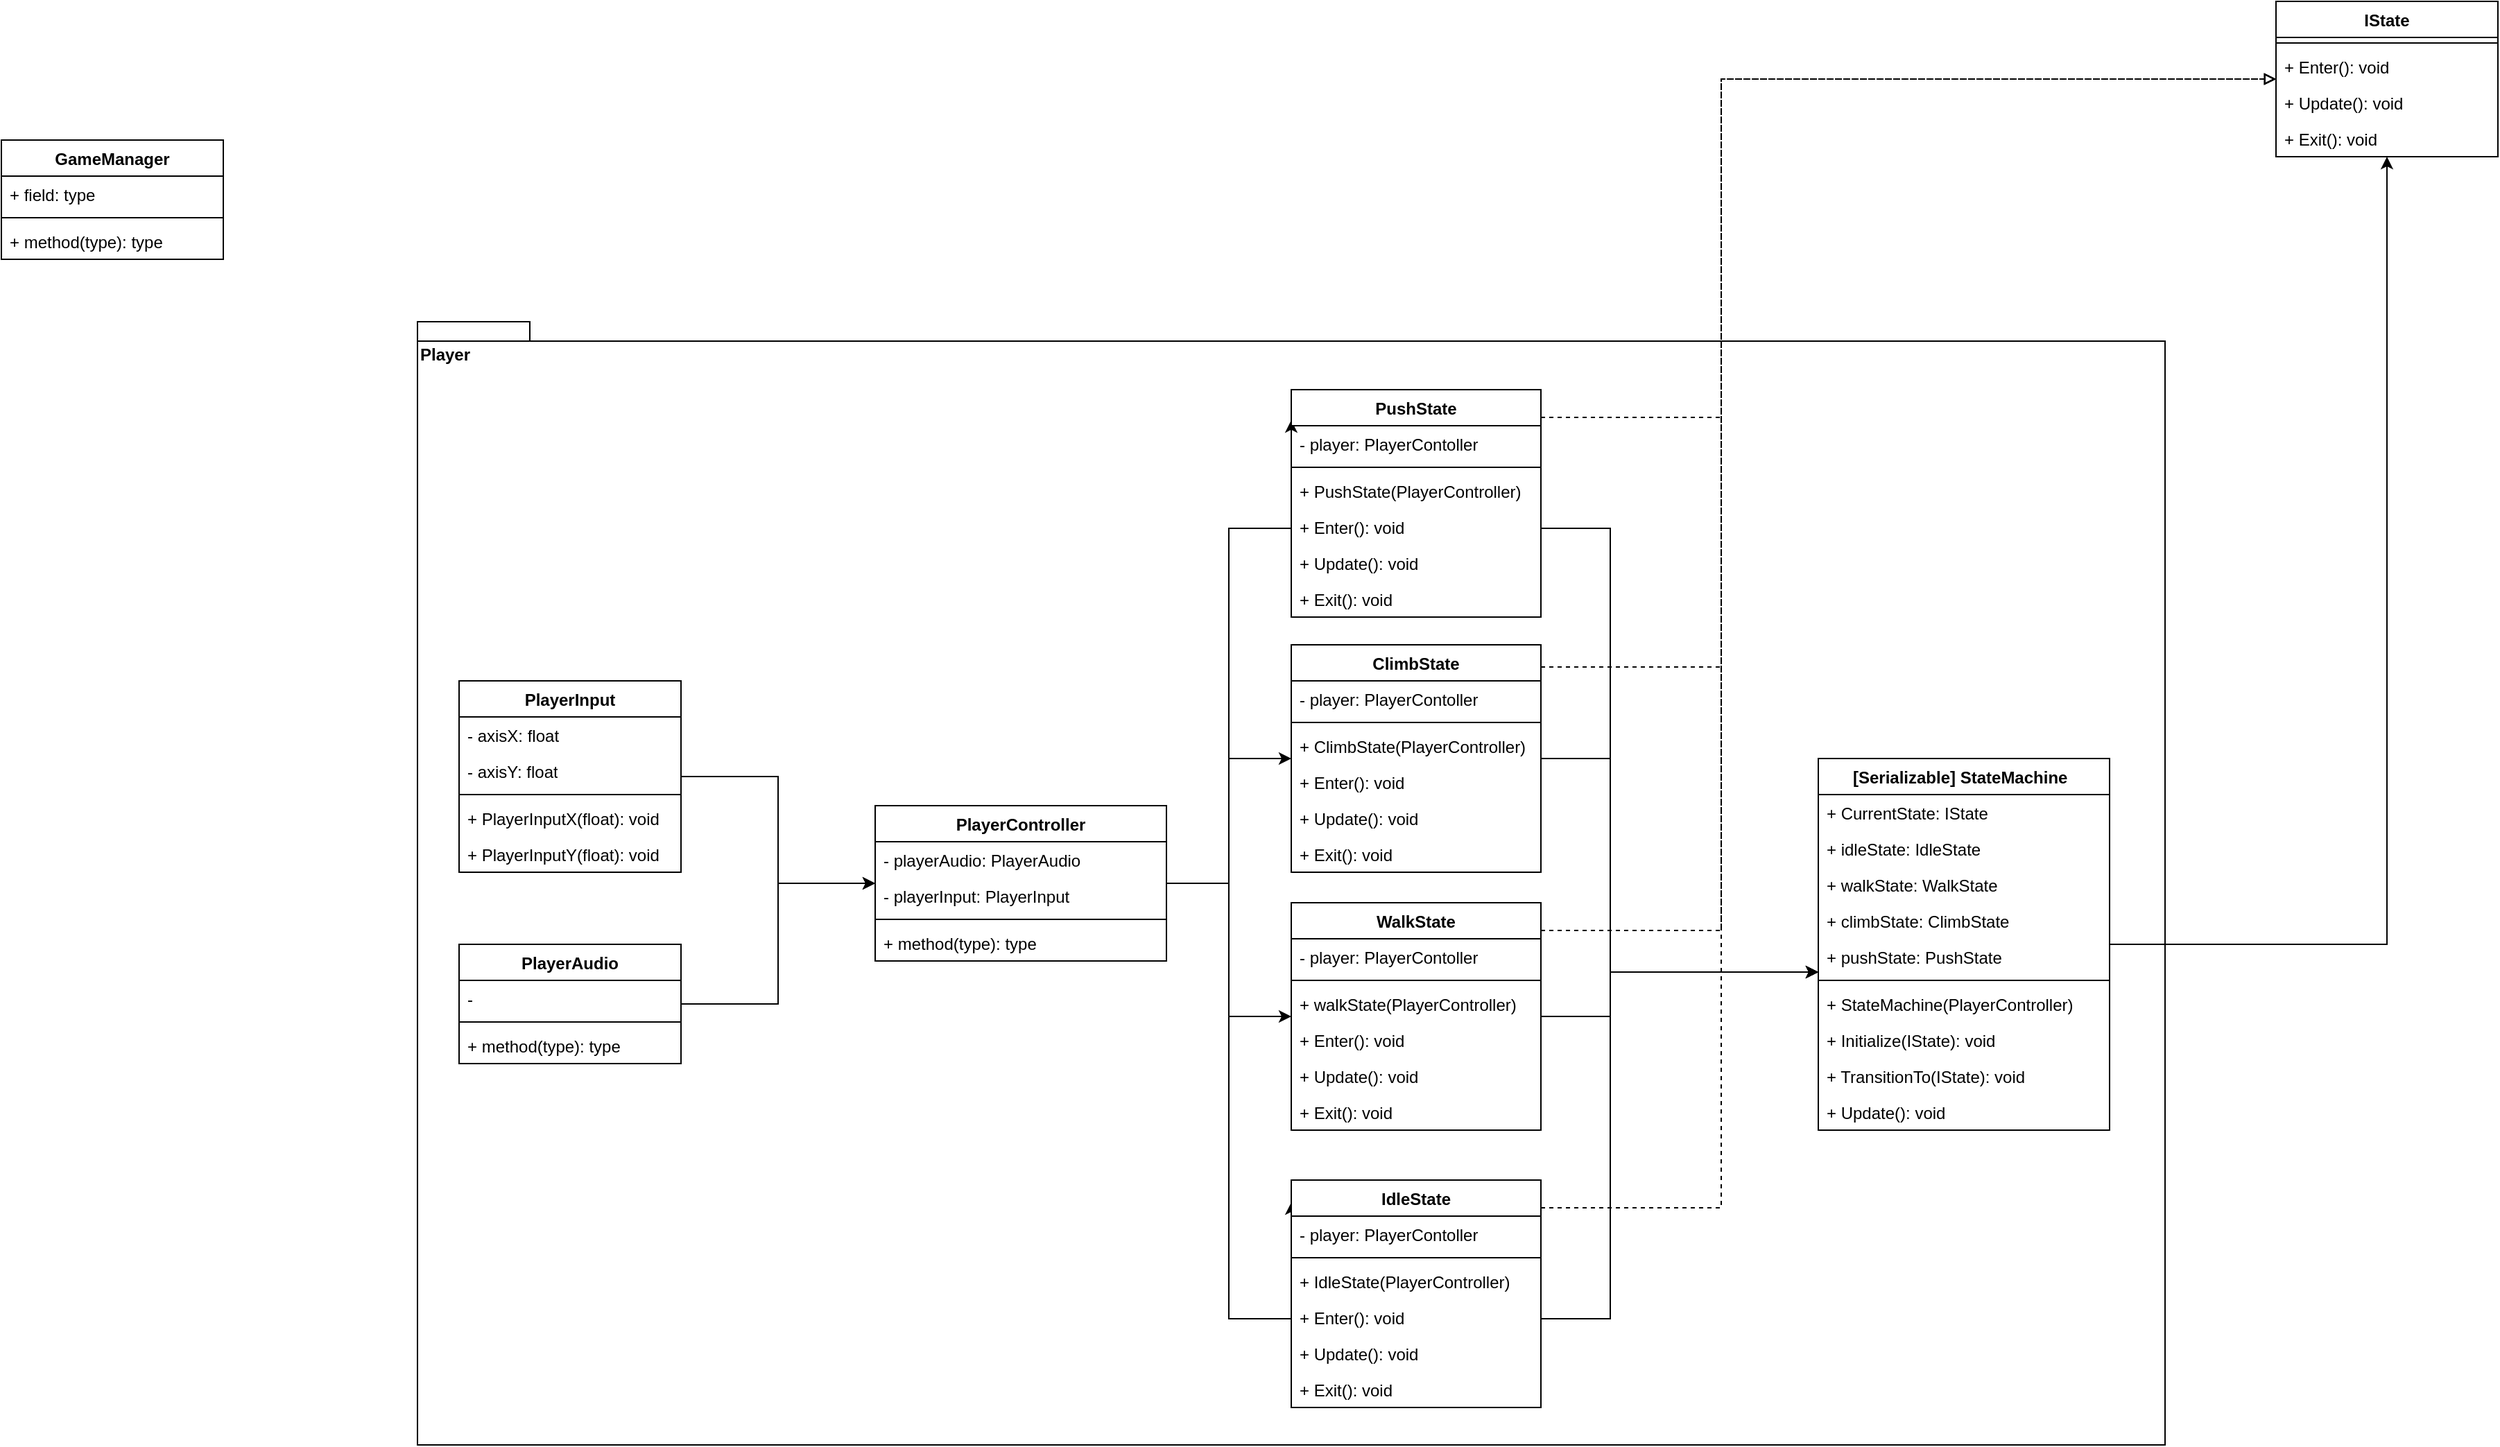
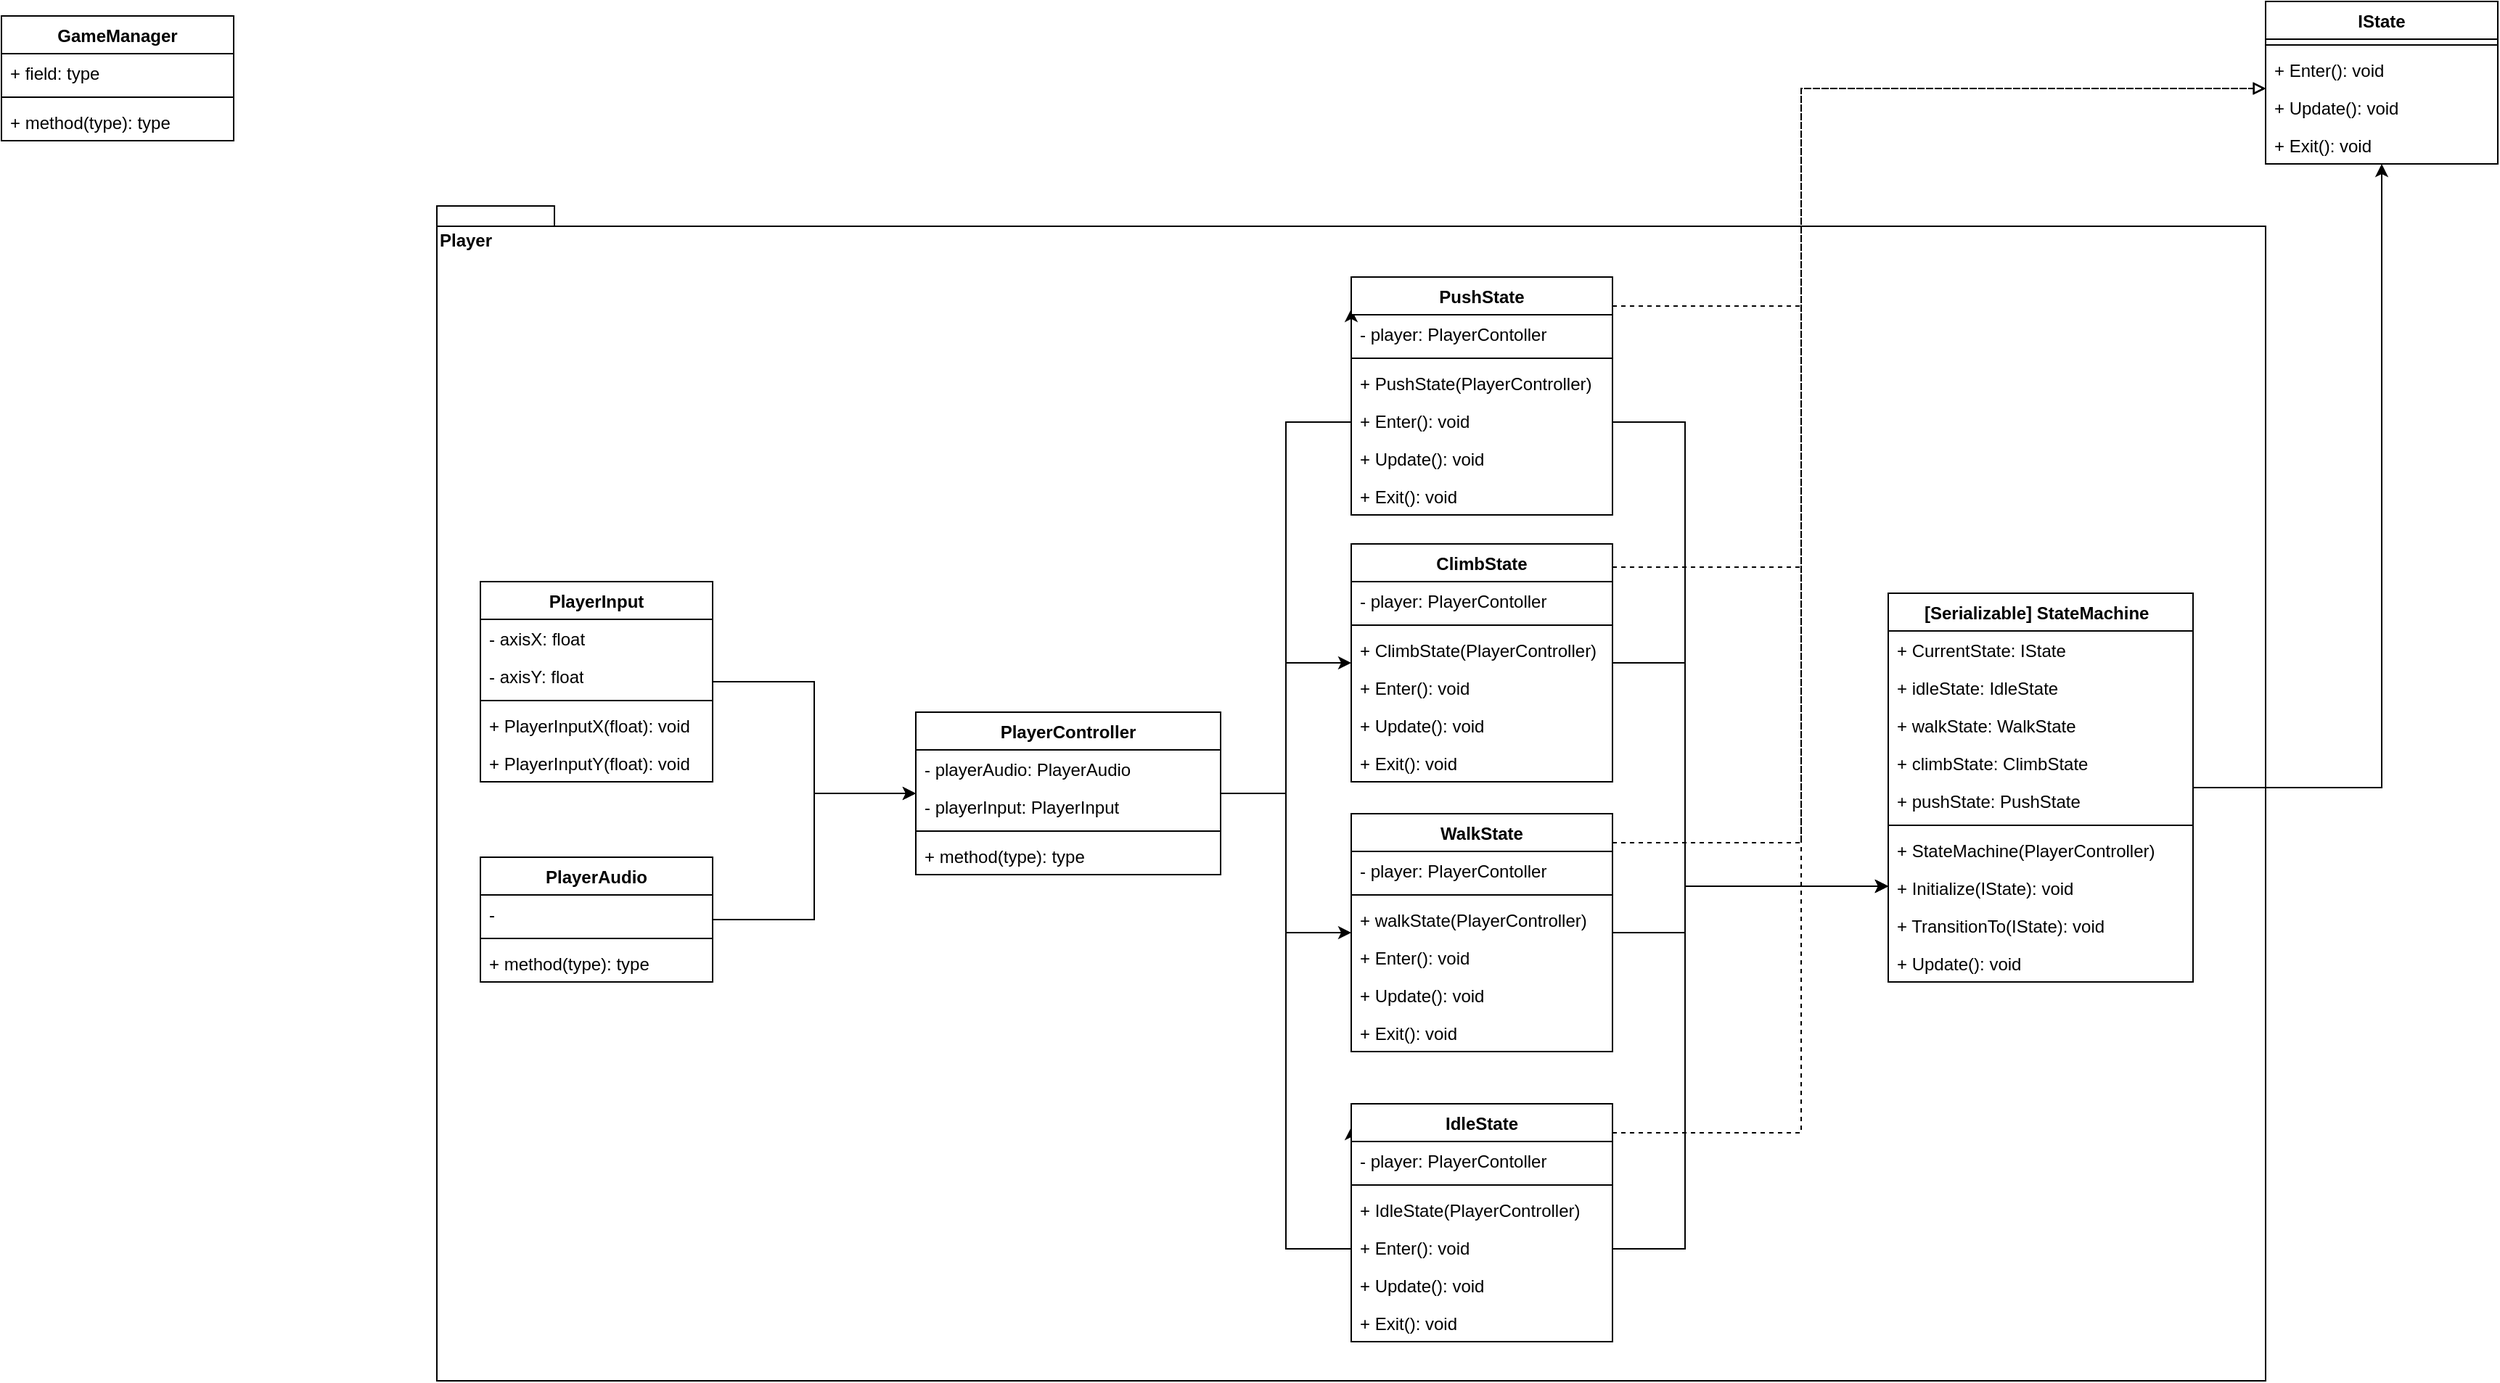
<mxfile host="app.diagrams.net" agent="Mozilla/5.0 (Windows NT 10.0; Win64; x64) AppleWebKit/537.36 (KHTML, like Gecko) Chrome/145.0.0.0 Safari/537.36" version="29.6.3">
  <diagram name="ページ-1" id="8KCFoVMX2dtQ3ng9Srak">
    <mxGraphModel dx="4146" dy="1503" grid="1" gridSize="10" guides="1" tooltips="1" connect="1" arrows="1" fold="1" page="0" pageScale="1" pageWidth="850" pageHeight="1100" background="none" math="0" shadow="0">
      <root>
        <mxCell id="0" />
        <mxCell id="1" parent="0" />
        <mxCell id="F6Udg1_LDsnUmy90ZGhI-12" parent="1" style="shape=folder;fontStyle=1;spacingTop=10;tabWidth=40;tabHeight=14;tabPosition=left;html=1;whiteSpace=wrap;align=left;verticalAlign=top;" value="Player" vertex="1">
          <mxGeometry height="810" width="1260" x="-690" y="-109" as="geometry" />
        </mxCell>
        <mxCell id="L5NkyoWU7cnRC-8idZzs-9" parent="1" style="swimlane;fontStyle=1;align=center;verticalAlign=top;childLayout=stackLayout;horizontal=1;startSize=26;horizontalStack=0;resizeParent=1;resizeParentMax=0;resizeLast=0;collapsible=1;marginBottom=0;whiteSpace=wrap;html=1;" value="GameManager" vertex="1">
          <mxGeometry height="86" width="160" x="-990" y="-240" as="geometry" />
        </mxCell>
        <mxCell id="L5NkyoWU7cnRC-8idZzs-10" parent="L5NkyoWU7cnRC-8idZzs-9" style="text;strokeColor=none;fillColor=none;align=left;verticalAlign=top;spacingLeft=4;spacingRight=4;overflow=hidden;rotatable=0;points=[[0,0.5],[1,0.5]];portConstraint=eastwest;whiteSpace=wrap;html=1;" value="+ field: type" vertex="1">
          <mxGeometry height="26" width="160" y="26" as="geometry" />
        </mxCell>
        <mxCell id="L5NkyoWU7cnRC-8idZzs-11" parent="L5NkyoWU7cnRC-8idZzs-9" style="line;strokeWidth=1;fillColor=none;align=left;verticalAlign=middle;spacingTop=-1;spacingLeft=3;spacingRight=3;rotatable=0;labelPosition=right;points=[];portConstraint=eastwest;strokeColor=inherit;" value="" vertex="1">
          <mxGeometry height="8" width="160" y="52" as="geometry" />
        </mxCell>
        <mxCell id="L5NkyoWU7cnRC-8idZzs-12" parent="L5NkyoWU7cnRC-8idZzs-9" style="text;strokeColor=none;fillColor=none;align=left;verticalAlign=top;spacingLeft=4;spacingRight=4;overflow=hidden;rotatable=0;points=[[0,0.5],[1,0.5]];portConstraint=eastwest;whiteSpace=wrap;html=1;" value="+ method(type): type" vertex="1">
          <mxGeometry height="26" width="160" y="60" as="geometry" />
        </mxCell>
        <mxCell id="cJyFu2CfWWR6ttzxGQYN-23" edge="1" parent="1" source="L5NkyoWU7cnRC-8idZzs-13" style="edgeStyle=orthogonalEdgeStyle;rounded=0;orthogonalLoop=1;jettySize=auto;html=1;entryX=0;entryY=0.098;entryDx=0;entryDy=0;entryPerimeter=0;" target="L5NkyoWU7cnRC-8idZzs-25">
          <mxGeometry relative="1" as="geometry">
            <Array as="points">
              <mxPoint x="-105" y="296" />
              <mxPoint x="-105" y="610" />
              <mxPoint x="-60" y="610" />
            </Array>
          </mxGeometry>
        </mxCell>
        <mxCell id="98nA65LA6JHXpVdgSX9z-47" edge="1" parent="1" source="L5NkyoWU7cnRC-8idZzs-13" style="edgeStyle=orthogonalEdgeStyle;rounded=0;orthogonalLoop=1;jettySize=auto;html=1;" target="98nA65LA6JHXpVdgSX9z-7">
          <mxGeometry relative="1" as="geometry" />
        </mxCell>
        <mxCell id="98nA65LA6JHXpVdgSX9z-49" edge="1" parent="1" source="L5NkyoWU7cnRC-8idZzs-13" style="edgeStyle=orthogonalEdgeStyle;rounded=0;orthogonalLoop=1;jettySize=auto;html=1;entryX=0;entryY=0.134;entryDx=0;entryDy=0;entryPerimeter=0;" target="98nA65LA6JHXpVdgSX9z-23">
          <mxGeometry relative="1" as="geometry">
            <Array as="points">
              <mxPoint x="-105" y="296" />
              <mxPoint x="-105" y="40" />
              <mxPoint x="-60" y="40" />
            </Array>
          </mxGeometry>
        </mxCell>
        <mxCell id="L5NkyoWU7cnRC-8idZzs-13" parent="1" style="swimlane;fontStyle=1;align=center;verticalAlign=top;childLayout=stackLayout;horizontal=1;startSize=26;horizontalStack=0;resizeParent=1;resizeParentMax=0;resizeLast=0;collapsible=1;marginBottom=0;whiteSpace=wrap;html=1;" value="PlayerController" vertex="1">
          <mxGeometry height="112" width="210" x="-360" y="240" as="geometry" />
        </mxCell>
        <mxCell id="xKRVpc-qtdXalkFRgjZN-2" parent="L5NkyoWU7cnRC-8idZzs-13" style="text;strokeColor=none;fillColor=none;align=left;verticalAlign=top;spacingLeft=4;spacingRight=4;overflow=hidden;rotatable=0;points=[[0,0.5],[1,0.5]];portConstraint=eastwest;whiteSpace=wrap;html=1;" value="- playerAudio: PlayerAudio" vertex="1">
          <mxGeometry height="26" width="210" y="26" as="geometry" />
        </mxCell>
        <mxCell id="xKRVpc-qtdXalkFRgjZN-3" parent="L5NkyoWU7cnRC-8idZzs-13" style="text;strokeColor=none;fillColor=none;align=left;verticalAlign=top;spacingLeft=4;spacingRight=4;overflow=hidden;rotatable=0;points=[[0,0.5],[1,0.5]];portConstraint=eastwest;whiteSpace=wrap;html=1;" value="- playerInput: PlayerInput" vertex="1">
          <mxGeometry height="26" width="210" y="52" as="geometry" />
        </mxCell>
        <mxCell id="L5NkyoWU7cnRC-8idZzs-15" parent="L5NkyoWU7cnRC-8idZzs-13" style="line;strokeWidth=1;fillColor=none;align=left;verticalAlign=middle;spacingTop=-1;spacingLeft=3;spacingRight=3;rotatable=0;labelPosition=right;points=[];portConstraint=eastwest;strokeColor=inherit;" value="" vertex="1">
          <mxGeometry height="8" width="210" y="78" as="geometry" />
        </mxCell>
        <mxCell id="L5NkyoWU7cnRC-8idZzs-16" parent="L5NkyoWU7cnRC-8idZzs-13" style="text;strokeColor=none;fillColor=none;align=left;verticalAlign=top;spacingLeft=4;spacingRight=4;overflow=hidden;rotatable=0;points=[[0,0.5],[1,0.5]];portConstraint=eastwest;whiteSpace=wrap;html=1;" value="+ method(type): type" vertex="1">
          <mxGeometry height="26" width="210" y="86" as="geometry" />
        </mxCell>
        <mxCell id="98nA65LA6JHXpVdgSX9z-41" edge="1" parent="1" source="L5NkyoWU7cnRC-8idZzs-17" style="edgeStyle=orthogonalEdgeStyle;rounded=0;orthogonalLoop=1;jettySize=auto;html=1;" target="L5NkyoWU7cnRC-8idZzs-13">
          <mxGeometry relative="1" as="geometry" />
        </mxCell>
        <mxCell id="L5NkyoWU7cnRC-8idZzs-17" parent="1" style="swimlane;fontStyle=1;align=center;verticalAlign=top;childLayout=stackLayout;horizontal=1;startSize=26;horizontalStack=0;resizeParent=1;resizeParentMax=0;resizeLast=0;collapsible=1;marginBottom=0;whiteSpace=wrap;html=1;" value="PlayerAudio" vertex="1">
          <mxGeometry height="86" width="160" x="-660" y="340" as="geometry" />
        </mxCell>
        <mxCell id="L5NkyoWU7cnRC-8idZzs-18" parent="L5NkyoWU7cnRC-8idZzs-17" style="text;strokeColor=none;fillColor=none;align=left;verticalAlign=top;spacingLeft=4;spacingRight=4;overflow=hidden;rotatable=0;points=[[0,0.5],[1,0.5]];portConstraint=eastwest;whiteSpace=wrap;html=1;" value="-" vertex="1">
          <mxGeometry height="26" width="160" y="26" as="geometry" />
        </mxCell>
        <mxCell id="L5NkyoWU7cnRC-8idZzs-19" parent="L5NkyoWU7cnRC-8idZzs-17" style="line;strokeWidth=1;fillColor=none;align=left;verticalAlign=middle;spacingTop=-1;spacingLeft=3;spacingRight=3;rotatable=0;labelPosition=right;points=[];portConstraint=eastwest;strokeColor=inherit;" value="" vertex="1">
          <mxGeometry height="8" width="160" y="52" as="geometry" />
        </mxCell>
        <mxCell id="L5NkyoWU7cnRC-8idZzs-20" parent="L5NkyoWU7cnRC-8idZzs-17" style="text;strokeColor=none;fillColor=none;align=left;verticalAlign=top;spacingLeft=4;spacingRight=4;overflow=hidden;rotatable=0;points=[[0,0.5],[1,0.5]];portConstraint=eastwest;whiteSpace=wrap;html=1;" value="+ method(type): type" vertex="1">
          <mxGeometry height="26" width="160" y="60" as="geometry" />
        </mxCell>
        <mxCell id="98nA65LA6JHXpVdgSX9z-42" edge="1" parent="1" source="L5NkyoWU7cnRC-8idZzs-21" style="edgeStyle=orthogonalEdgeStyle;rounded=0;orthogonalLoop=1;jettySize=auto;html=1;" target="L5NkyoWU7cnRC-8idZzs-13">
          <mxGeometry relative="1" as="geometry" />
        </mxCell>
        <mxCell id="L5NkyoWU7cnRC-8idZzs-21" parent="1" style="swimlane;fontStyle=1;align=center;verticalAlign=top;childLayout=stackLayout;horizontal=1;startSize=26;horizontalStack=0;resizeParent=1;resizeParentMax=0;resizeLast=0;collapsible=1;marginBottom=0;whiteSpace=wrap;html=1;" value="PlayerInput" vertex="1">
          <mxGeometry height="138" width="160" x="-660" y="150" as="geometry" />
        </mxCell>
        <mxCell id="L5NkyoWU7cnRC-8idZzs-22" parent="L5NkyoWU7cnRC-8idZzs-21" style="text;strokeColor=none;fillColor=none;align=left;verticalAlign=top;spacingLeft=4;spacingRight=4;overflow=hidden;rotatable=0;points=[[0,0.5],[1,0.5]];portConstraint=eastwest;whiteSpace=wrap;html=1;" value="- axisX: float" vertex="1">
          <mxGeometry height="26" width="160" y="26" as="geometry" />
        </mxCell>
        <mxCell id="pt3lwnELBwHd_nTeb_py-6" parent="L5NkyoWU7cnRC-8idZzs-21" style="text;strokeColor=none;fillColor=none;align=left;verticalAlign=top;spacingLeft=4;spacingRight=4;overflow=hidden;rotatable=0;points=[[0,0.5],[1,0.5]];portConstraint=eastwest;whiteSpace=wrap;html=1;" value="- axisY: float" vertex="1">
          <mxGeometry height="26" width="160" y="52" as="geometry" />
        </mxCell>
        <mxCell id="L5NkyoWU7cnRC-8idZzs-23" parent="L5NkyoWU7cnRC-8idZzs-21" style="line;strokeWidth=1;fillColor=none;align=left;verticalAlign=middle;spacingTop=-1;spacingLeft=3;spacingRight=3;rotatable=0;labelPosition=right;points=[];portConstraint=eastwest;strokeColor=inherit;" value="" vertex="1">
          <mxGeometry height="8" width="160" y="78" as="geometry" />
        </mxCell>
        <mxCell id="L5NkyoWU7cnRC-8idZzs-24" parent="L5NkyoWU7cnRC-8idZzs-21" style="text;strokeColor=none;fillColor=none;align=left;verticalAlign=top;spacingLeft=4;spacingRight=4;overflow=hidden;rotatable=0;points=[[0,0.5],[1,0.5]];portConstraint=eastwest;whiteSpace=wrap;html=1;" value="+ PlayerInputX(float): void" vertex="1">
          <mxGeometry height="26" width="160" y="86" as="geometry" />
        </mxCell>
        <mxCell id="pt3lwnELBwHd_nTeb_py-7" parent="L5NkyoWU7cnRC-8idZzs-21" style="text;strokeColor=none;fillColor=none;align=left;verticalAlign=top;spacingLeft=4;spacingRight=4;overflow=hidden;rotatable=0;points=[[0,0.5],[1,0.5]];portConstraint=eastwest;whiteSpace=wrap;html=1;" value="+ PlayerInputY(float): void" vertex="1">
          <mxGeometry height="26" width="160" y="112" as="geometry" />
        </mxCell>
        <mxCell id="98nA65LA6JHXpVdgSX9z-3" edge="1" parent="1" source="L5NkyoWU7cnRC-8idZzs-25" style="edgeStyle=orthogonalEdgeStyle;rounded=0;orthogonalLoop=1;jettySize=auto;html=1;endArrow=block;endFill=0;dashed=1;" target="cJyFu2CfWWR6ttzxGQYN-1">
          <mxGeometry relative="1" as="geometry">
            <Array as="points">
              <mxPoint x="250" y="530" />
-               <mxPoint x="250" y="-284" />
+               <mxPoint x="250" y="-190" />
            </Array>
            <mxPoint x="440" y="40" as="sourcePoint" />
          </mxGeometry>
        </mxCell>
        <mxCell id="F6Udg1_LDsnUmy90ZGhI-11" edge="1" parent="1" source="L5NkyoWU7cnRC-8idZzs-25" style="edgeStyle=orthogonalEdgeStyle;rounded=0;orthogonalLoop=1;jettySize=auto;html=1;" target="cJyFu2CfWWR6ttzxGQYN-8">
          <mxGeometry relative="1" as="geometry">
            <Array as="points">
              <mxPoint x="170" y="610" />
              <mxPoint x="170" y="360" />
            </Array>
          </mxGeometry>
        </mxCell>
        <mxCell id="L5NkyoWU7cnRC-8idZzs-25" parent="1" style="swimlane;fontStyle=1;align=center;verticalAlign=top;childLayout=stackLayout;horizontal=1;startSize=26;horizontalStack=0;resizeParent=1;resizeParentMax=0;resizeLast=0;collapsible=1;marginBottom=0;whiteSpace=wrap;html=1;" value="IdleState" vertex="1">
          <mxGeometry height="164" width="180" x="-60" y="510" as="geometry">
            <mxRectangle height="30" width="90" x="412.5" y="163" as="alternateBounds" />
          </mxGeometry>
        </mxCell>
        <mxCell id="L5NkyoWU7cnRC-8idZzs-26" parent="L5NkyoWU7cnRC-8idZzs-25" style="text;strokeColor=none;fillColor=none;align=left;verticalAlign=top;spacingLeft=4;spacingRight=4;overflow=hidden;rotatable=0;points=[[0,0.5],[1,0.5]];portConstraint=eastwest;whiteSpace=wrap;html=1;" value="- player: PlayerContoller" vertex="1">
          <mxGeometry height="26" width="180" y="26" as="geometry" />
        </mxCell>
        <mxCell id="L5NkyoWU7cnRC-8idZzs-27" parent="L5NkyoWU7cnRC-8idZzs-25" style="line;strokeWidth=1;fillColor=none;align=left;verticalAlign=middle;spacingTop=-1;spacingLeft=3;spacingRight=3;rotatable=0;labelPosition=right;points=[];portConstraint=eastwest;strokeColor=inherit;" value="" vertex="1">
          <mxGeometry height="8" width="180" y="52" as="geometry" />
        </mxCell>
        <mxCell id="L5NkyoWU7cnRC-8idZzs-28" parent="L5NkyoWU7cnRC-8idZzs-25" style="text;strokeColor=none;fillColor=none;align=left;verticalAlign=top;spacingLeft=4;spacingRight=4;overflow=hidden;rotatable=0;points=[[0,0.5],[1,0.5]];portConstraint=eastwest;whiteSpace=wrap;html=1;" value="+ IdleState(PlayerController)" vertex="1">
          <mxGeometry height="26" width="180" y="60" as="geometry" />
        </mxCell>
        <mxCell id="98nA65LA6JHXpVdgSX9z-4" parent="L5NkyoWU7cnRC-8idZzs-25" style="text;strokeColor=none;fillColor=none;align=left;verticalAlign=top;spacingLeft=4;spacingRight=4;overflow=hidden;rotatable=0;points=[[0,0.5],[1,0.5]];portConstraint=eastwest;whiteSpace=wrap;html=1;" value="+ Enter(): void" vertex="1">
          <mxGeometry height="26" width="180" y="86" as="geometry" />
        </mxCell>
        <mxCell id="98nA65LA6JHXpVdgSX9z-5" parent="L5NkyoWU7cnRC-8idZzs-25" style="text;strokeColor=none;fillColor=none;align=left;verticalAlign=top;spacingLeft=4;spacingRight=4;overflow=hidden;rotatable=0;points=[[0,0.5],[1,0.5]];portConstraint=eastwest;whiteSpace=wrap;html=1;" value="+ Update(): void" vertex="1">
          <mxGeometry height="26" width="180" y="112" as="geometry" />
        </mxCell>
        <mxCell id="98nA65LA6JHXpVdgSX9z-6" parent="L5NkyoWU7cnRC-8idZzs-25" style="text;strokeColor=none;fillColor=none;align=left;verticalAlign=top;spacingLeft=4;spacingRight=4;overflow=hidden;rotatable=0;points=[[0,0.5],[1,0.5]];portConstraint=eastwest;whiteSpace=wrap;html=1;" value="+ Exit(): void" vertex="1">
          <mxGeometry height="26" width="180" y="138" as="geometry" />
        </mxCell>
        <mxCell id="cJyFu2CfWWR6ttzxGQYN-1" parent="1" style="swimlane;fontStyle=1;align=center;verticalAlign=top;childLayout=stackLayout;horizontal=1;startSize=26;horizontalStack=0;resizeParent=1;resizeParentMax=0;resizeLast=0;collapsible=1;marginBottom=0;whiteSpace=wrap;html=1;" value="IState" vertex="1">
-           <mxGeometry height="112" width="160" x="650" y="-340" as="geometry" />
+           <mxGeometry height="112" width="160" x="570" y="-250" as="geometry" />
        </mxCell>
        <mxCell id="cJyFu2CfWWR6ttzxGQYN-3" parent="cJyFu2CfWWR6ttzxGQYN-1" style="line;strokeWidth=1;fillColor=none;align=left;verticalAlign=middle;spacingTop=-1;spacingLeft=3;spacingRight=3;rotatable=0;labelPosition=right;points=[];portConstraint=eastwest;strokeColor=inherit;" value="" vertex="1">
          <mxGeometry height="8" width="160" y="26" as="geometry" />
        </mxCell>
        <mxCell id="cJyFu2CfWWR6ttzxGQYN-4" parent="cJyFu2CfWWR6ttzxGQYN-1" style="text;strokeColor=none;fillColor=none;align=left;verticalAlign=top;spacingLeft=4;spacingRight=4;overflow=hidden;rotatable=0;points=[[0,0.5],[1,0.5]];portConstraint=eastwest;whiteSpace=wrap;html=1;" value="+ Enter(): void" vertex="1">
          <mxGeometry height="26" width="160" y="34" as="geometry" />
        </mxCell>
        <mxCell id="cJyFu2CfWWR6ttzxGQYN-6" parent="cJyFu2CfWWR6ttzxGQYN-1" style="text;strokeColor=none;fillColor=none;align=left;verticalAlign=top;spacingLeft=4;spacingRight=4;overflow=hidden;rotatable=0;points=[[0,0.5],[1,0.5]];portConstraint=eastwest;whiteSpace=wrap;html=1;" value="+ Update(): void" vertex="1">
          <mxGeometry height="26" width="160" y="60" as="geometry" />
        </mxCell>
        <mxCell id="cJyFu2CfWWR6ttzxGQYN-7" parent="cJyFu2CfWWR6ttzxGQYN-1" style="text;strokeColor=none;fillColor=none;align=left;verticalAlign=top;spacingLeft=4;spacingRight=4;overflow=hidden;rotatable=0;points=[[0,0.5],[1,0.5]];portConstraint=eastwest;whiteSpace=wrap;html=1;" value="+ Exit(): void" vertex="1">
          <mxGeometry height="26" width="160" y="86" as="geometry" />
        </mxCell>
        <mxCell id="JOg9IKQ6BICUw6YtWxmY-4" edge="1" parent="1" source="cJyFu2CfWWR6ttzxGQYN-8" style="edgeStyle=orthogonalEdgeStyle;rounded=0;orthogonalLoop=1;jettySize=auto;html=1;" target="cJyFu2CfWWR6ttzxGQYN-1">
-           <mxGeometry relative="1" as="geometry" />
+           <mxGeometry relative="1" as="geometry">
+             <mxPoint x="450" y="430" as="sourcePoint" />
+           </mxGeometry>
        </mxCell>
        <mxCell id="cJyFu2CfWWR6ttzxGQYN-8" parent="1" style="swimlane;fontStyle=1;align=center;verticalAlign=top;childLayout=stackLayout;horizontal=1;startSize=26;horizontalStack=0;resizeParent=1;resizeParentMax=0;resizeLast=0;collapsible=1;marginBottom=0;whiteSpace=wrap;html=1;" value="[Serializable] StateMachine&lt;span style=&quot;white-space: pre;&quot;&gt;&#x9;&lt;/span&gt;" vertex="1">
-           <mxGeometry height="268" width="210" x="320" y="206" as="geometry" />
+           <mxGeometry height="268" width="210" x="310" y="158" as="geometry" />
        </mxCell>
        <mxCell id="cJyFu2CfWWR6ttzxGQYN-9" parent="cJyFu2CfWWR6ttzxGQYN-8" style="text;strokeColor=none;fillColor=none;align=left;verticalAlign=top;spacingLeft=4;spacingRight=4;overflow=hidden;rotatable=0;points=[[0,0.5],[1,0.5]];portConstraint=eastwest;whiteSpace=wrap;html=1;" value="+&amp;nbsp;CurrentState: IState" vertex="1">
          <mxGeometry height="26" width="210" y="26" as="geometry" />
        </mxCell>
        <mxCell id="98nA65LA6JHXpVdgSX9z-2" parent="cJyFu2CfWWR6ttzxGQYN-8" style="text;strokeColor=none;fillColor=none;align=left;verticalAlign=top;spacingLeft=4;spacingRight=4;overflow=hidden;rotatable=0;points=[[0,0.5],[1,0.5]];portConstraint=eastwest;whiteSpace=wrap;html=1;" value="+ idleState: IdleState" vertex="1">
          <mxGeometry height="26" width="210" y="52" as="geometry" />
        </mxCell>
        <mxCell id="cJyFu2CfWWR6ttzxGQYN-10" parent="cJyFu2CfWWR6ttzxGQYN-8" style="text;strokeColor=none;fillColor=none;align=left;verticalAlign=top;spacingLeft=4;spacingRight=4;overflow=hidden;rotatable=0;points=[[0,0.5],[1,0.5]];portConstraint=eastwest;whiteSpace=wrap;html=1;" value="+ walkState: WalkState" vertex="1">
          <mxGeometry height="26" width="210" y="78" as="geometry" />
        </mxCell>
        <mxCell id="98nA65LA6JHXpVdgSX9z-22" parent="cJyFu2CfWWR6ttzxGQYN-8" style="text;strokeColor=none;fillColor=none;align=left;verticalAlign=top;spacingLeft=4;spacingRight=4;overflow=hidden;rotatable=0;points=[[0,0.5],[1,0.5]];portConstraint=eastwest;whiteSpace=wrap;html=1;" value="+ climbState: ClimbState" vertex="1">
          <mxGeometry height="26" width="210" y="104" as="geometry" />
        </mxCell>
        <mxCell id="cJyFu2CfWWR6ttzxGQYN-13" parent="cJyFu2CfWWR6ttzxGQYN-8" style="text;strokeColor=none;fillColor=none;align=left;verticalAlign=top;spacingLeft=4;spacingRight=4;overflow=hidden;rotatable=0;points=[[0,0.5],[1,0.5]];portConstraint=eastwest;whiteSpace=wrap;html=1;" value="+ pushState: PushState" vertex="1">
          <mxGeometry height="26" width="210" y="130" as="geometry" />
        </mxCell>
        <mxCell id="cJyFu2CfWWR6ttzxGQYN-11" parent="cJyFu2CfWWR6ttzxGQYN-8" style="line;strokeWidth=1;fillColor=none;align=left;verticalAlign=middle;spacingTop=-1;spacingLeft=3;spacingRight=3;rotatable=0;labelPosition=right;points=[];portConstraint=eastwest;strokeColor=inherit;" value="" vertex="1">
          <mxGeometry height="8" width="210" y="156" as="geometry" />
        </mxCell>
        <mxCell id="cJyFu2CfWWR6ttzxGQYN-12" parent="cJyFu2CfWWR6ttzxGQYN-8" style="text;strokeColor=none;fillColor=none;align=left;verticalAlign=top;spacingLeft=4;spacingRight=4;overflow=hidden;rotatable=0;points=[[0,0.5],[1,0.5]];portConstraint=eastwest;whiteSpace=wrap;html=1;" value="+ StateMachine(PlayerController)" vertex="1">
          <mxGeometry height="26" width="210" y="164" as="geometry" />
        </mxCell>
        <mxCell id="cJyFu2CfWWR6ttzxGQYN-18" parent="cJyFu2CfWWR6ttzxGQYN-8" style="text;strokeColor=none;fillColor=none;align=left;verticalAlign=top;spacingLeft=4;spacingRight=4;overflow=hidden;rotatable=0;points=[[0,0.5],[1,0.5]];portConstraint=eastwest;whiteSpace=wrap;html=1;" value="+ Initialize(IState): void" vertex="1">
          <mxGeometry height="26" width="210" y="190" as="geometry" />
        </mxCell>
        <mxCell id="cJyFu2CfWWR6ttzxGQYN-14" parent="cJyFu2CfWWR6ttzxGQYN-8" style="text;strokeColor=none;fillColor=none;align=left;verticalAlign=top;spacingLeft=4;spacingRight=4;overflow=hidden;rotatable=0;points=[[0,0.5],[1,0.5]];portConstraint=eastwest;whiteSpace=wrap;html=1;" value="+ TransitionTo(IState): void" vertex="1">
          <mxGeometry height="26" width="210" y="216" as="geometry" />
        </mxCell>
        <mxCell id="cJyFu2CfWWR6ttzxGQYN-15" parent="cJyFu2CfWWR6ttzxGQYN-8" style="text;strokeColor=none;fillColor=none;align=left;verticalAlign=top;spacingLeft=4;spacingRight=4;overflow=hidden;rotatable=0;points=[[0,0.5],[1,0.5]];portConstraint=eastwest;whiteSpace=wrap;html=1;" value="+ Update(): void" vertex="1">
          <mxGeometry height="26" width="210" y="242" as="geometry" />
        </mxCell>
        <mxCell id="98nA65LA6JHXpVdgSX9z-30" edge="1" parent="1" source="98nA65LA6JHXpVdgSX9z-7" style="edgeStyle=orthogonalEdgeStyle;rounded=0;orthogonalLoop=1;jettySize=auto;html=1;endArrow=block;endFill=0;dashed=1;" target="cJyFu2CfWWR6ttzxGQYN-1">
          <mxGeometry relative="1" as="geometry">
            <Array as="points">
              <mxPoint x="250" y="330" />
-               <mxPoint x="250" y="-284" />
+               <mxPoint x="250" y="-190" />
            </Array>
          </mxGeometry>
        </mxCell>
        <mxCell id="98nA65LA6JHXpVdgSX9z-44" edge="1" parent="1" source="98nA65LA6JHXpVdgSX9z-7" style="edgeStyle=orthogonalEdgeStyle;rounded=0;orthogonalLoop=1;jettySize=auto;html=1;" target="cJyFu2CfWWR6ttzxGQYN-8">
          <mxGeometry relative="1" as="geometry">
            <Array as="points">
              <mxPoint x="170" y="392" />
              <mxPoint x="170" y="360" />
            </Array>
          </mxGeometry>
        </mxCell>
        <mxCell id="98nA65LA6JHXpVdgSX9z-7" parent="1" style="swimlane;fontStyle=1;align=center;verticalAlign=top;childLayout=stackLayout;horizontal=1;startSize=26;horizontalStack=0;resizeParent=1;resizeParentMax=0;resizeLast=0;collapsible=1;marginBottom=0;whiteSpace=wrap;html=1;" value="WalkState" vertex="1">
          <mxGeometry height="164" width="180" x="-60" y="310" as="geometry">
            <mxRectangle height="30" width="90" x="412.5" y="163" as="alternateBounds" />
          </mxGeometry>
        </mxCell>
        <mxCell id="98nA65LA6JHXpVdgSX9z-8" parent="98nA65LA6JHXpVdgSX9z-7" style="text;strokeColor=none;fillColor=none;align=left;verticalAlign=top;spacingLeft=4;spacingRight=4;overflow=hidden;rotatable=0;points=[[0,0.5],[1,0.5]];portConstraint=eastwest;whiteSpace=wrap;html=1;" value="- player: PlayerContoller" vertex="1">
          <mxGeometry height="26" width="180" y="26" as="geometry" />
        </mxCell>
        <mxCell id="98nA65LA6JHXpVdgSX9z-9" parent="98nA65LA6JHXpVdgSX9z-7" style="line;strokeWidth=1;fillColor=none;align=left;verticalAlign=middle;spacingTop=-1;spacingLeft=3;spacingRight=3;rotatable=0;labelPosition=right;points=[];portConstraint=eastwest;strokeColor=inherit;" value="" vertex="1">
          <mxGeometry height="8" width="180" y="52" as="geometry" />
        </mxCell>
        <mxCell id="98nA65LA6JHXpVdgSX9z-10" parent="98nA65LA6JHXpVdgSX9z-7" style="text;strokeColor=none;fillColor=none;align=left;verticalAlign=top;spacingLeft=4;spacingRight=4;overflow=hidden;rotatable=0;points=[[0,0.5],[1,0.5]];portConstraint=eastwest;whiteSpace=wrap;html=1;" value="+ walkState(PlayerController)" vertex="1">
          <mxGeometry height="26" width="180" y="60" as="geometry" />
        </mxCell>
        <mxCell id="98nA65LA6JHXpVdgSX9z-11" parent="98nA65LA6JHXpVdgSX9z-7" style="text;strokeColor=none;fillColor=none;align=left;verticalAlign=top;spacingLeft=4;spacingRight=4;overflow=hidden;rotatable=0;points=[[0,0.5],[1,0.5]];portConstraint=eastwest;whiteSpace=wrap;html=1;" value="+ Enter(): void" vertex="1">
          <mxGeometry height="26" width="180" y="86" as="geometry" />
        </mxCell>
        <mxCell id="98nA65LA6JHXpVdgSX9z-12" parent="98nA65LA6JHXpVdgSX9z-7" style="text;strokeColor=none;fillColor=none;align=left;verticalAlign=top;spacingLeft=4;spacingRight=4;overflow=hidden;rotatable=0;points=[[0,0.5],[1,0.5]];portConstraint=eastwest;whiteSpace=wrap;html=1;" value="+ Update(): void" vertex="1">
          <mxGeometry height="26" width="180" y="112" as="geometry" />
        </mxCell>
        <mxCell id="98nA65LA6JHXpVdgSX9z-13" parent="98nA65LA6JHXpVdgSX9z-7" style="text;strokeColor=none;fillColor=none;align=left;verticalAlign=top;spacingLeft=4;spacingRight=4;overflow=hidden;rotatable=0;points=[[0,0.5],[1,0.5]];portConstraint=eastwest;whiteSpace=wrap;html=1;" value="+ Exit(): void" vertex="1">
          <mxGeometry height="26" width="180" y="138" as="geometry" />
        </mxCell>
        <mxCell id="98nA65LA6JHXpVdgSX9z-31" edge="1" parent="1" source="98nA65LA6JHXpVdgSX9z-14" style="edgeStyle=orthogonalEdgeStyle;rounded=0;orthogonalLoop=1;jettySize=auto;html=1;endArrow=block;endFill=0;dashed=1;" target="cJyFu2CfWWR6ttzxGQYN-1">
          <mxGeometry relative="1" as="geometry">
            <Array as="points">
              <mxPoint x="250" y="140" />
-               <mxPoint x="250" y="-284" />
+               <mxPoint x="250" y="-190" />
            </Array>
          </mxGeometry>
        </mxCell>
        <mxCell id="98nA65LA6JHXpVdgSX9z-45" edge="1" parent="1" source="98nA65LA6JHXpVdgSX9z-14" style="edgeStyle=orthogonalEdgeStyle;rounded=0;orthogonalLoop=1;jettySize=auto;html=1;" target="cJyFu2CfWWR6ttzxGQYN-8">
          <mxGeometry relative="1" as="geometry">
            <Array as="points">
              <mxPoint x="170" y="206" />
              <mxPoint x="170" y="360" />
            </Array>
          </mxGeometry>
        </mxCell>
        <mxCell id="98nA65LA6JHXpVdgSX9z-14" parent="1" style="swimlane;fontStyle=1;align=center;verticalAlign=top;childLayout=stackLayout;horizontal=1;startSize=26;horizontalStack=0;resizeParent=1;resizeParentMax=0;resizeLast=0;collapsible=1;marginBottom=0;whiteSpace=wrap;html=1;" value="ClimbState" vertex="1">
          <mxGeometry height="164" width="180" x="-60" y="124" as="geometry">
            <mxRectangle height="30" width="90" x="-60" y="190" as="alternateBounds" />
          </mxGeometry>
        </mxCell>
        <mxCell id="98nA65LA6JHXpVdgSX9z-15" parent="98nA65LA6JHXpVdgSX9z-14" style="text;strokeColor=none;fillColor=none;align=left;verticalAlign=top;spacingLeft=4;spacingRight=4;overflow=hidden;rotatable=0;points=[[0,0.5],[1,0.5]];portConstraint=eastwest;whiteSpace=wrap;html=1;" value="- player: PlayerContoller" vertex="1">
          <mxGeometry height="26" width="180" y="26" as="geometry" />
        </mxCell>
        <mxCell id="98nA65LA6JHXpVdgSX9z-16" parent="98nA65LA6JHXpVdgSX9z-14" style="line;strokeWidth=1;fillColor=none;align=left;verticalAlign=middle;spacingTop=-1;spacingLeft=3;spacingRight=3;rotatable=0;labelPosition=right;points=[];portConstraint=eastwest;strokeColor=inherit;" value="" vertex="1">
          <mxGeometry height="8" width="180" y="52" as="geometry" />
        </mxCell>
        <mxCell id="98nA65LA6JHXpVdgSX9z-17" parent="98nA65LA6JHXpVdgSX9z-14" style="text;strokeColor=none;fillColor=none;align=left;verticalAlign=top;spacingLeft=4;spacingRight=4;overflow=hidden;rotatable=0;points=[[0,0.5],[1,0.5]];portConstraint=eastwest;whiteSpace=wrap;html=1;" value="+ ClimbState(PlayerController)" vertex="1">
          <mxGeometry height="26" width="180" y="60" as="geometry" />
        </mxCell>
        <mxCell id="98nA65LA6JHXpVdgSX9z-18" parent="98nA65LA6JHXpVdgSX9z-14" style="text;strokeColor=none;fillColor=none;align=left;verticalAlign=top;spacingLeft=4;spacingRight=4;overflow=hidden;rotatable=0;points=[[0,0.5],[1,0.5]];portConstraint=eastwest;whiteSpace=wrap;html=1;" value="+ Enter(): void" vertex="1">
          <mxGeometry height="26" width="180" y="86" as="geometry" />
        </mxCell>
        <mxCell id="98nA65LA6JHXpVdgSX9z-19" parent="98nA65LA6JHXpVdgSX9z-14" style="text;strokeColor=none;fillColor=none;align=left;verticalAlign=top;spacingLeft=4;spacingRight=4;overflow=hidden;rotatable=0;points=[[0,0.5],[1,0.5]];portConstraint=eastwest;whiteSpace=wrap;html=1;" value="+ Update(): void" vertex="1">
          <mxGeometry height="26" width="180" y="112" as="geometry" />
        </mxCell>
        <mxCell id="98nA65LA6JHXpVdgSX9z-20" parent="98nA65LA6JHXpVdgSX9z-14" style="text;strokeColor=none;fillColor=none;align=left;verticalAlign=top;spacingLeft=4;spacingRight=4;overflow=hidden;rotatable=0;points=[[0,0.5],[1,0.5]];portConstraint=eastwest;whiteSpace=wrap;html=1;" value="+ Exit(): void" vertex="1">
          <mxGeometry height="26" width="180" y="138" as="geometry" />
        </mxCell>
        <mxCell id="98nA65LA6JHXpVdgSX9z-46" edge="1" parent="1" source="98nA65LA6JHXpVdgSX9z-23" style="edgeStyle=orthogonalEdgeStyle;rounded=0;orthogonalLoop=1;jettySize=auto;html=1;" target="cJyFu2CfWWR6ttzxGQYN-8">
          <mxGeometry relative="1" as="geometry">
            <Array as="points">
              <mxPoint x="170" y="40" />
              <mxPoint x="170" y="360" />
            </Array>
            <mxPoint x="260" y="350" as="targetPoint" />
          </mxGeometry>
        </mxCell>
        <mxCell id="JOg9IKQ6BICUw6YtWxmY-3" edge="1" parent="1" source="98nA65LA6JHXpVdgSX9z-23" style="edgeStyle=orthogonalEdgeStyle;rounded=0;orthogonalLoop=1;jettySize=auto;html=1;endArrow=block;endFill=0;dashed=1;" target="cJyFu2CfWWR6ttzxGQYN-1">
          <mxGeometry relative="1" as="geometry">
            <Array as="points">
              <mxPoint x="250" y="-40" />
-               <mxPoint x="250" y="-284" />
+               <mxPoint x="250" y="-190" />
            </Array>
          </mxGeometry>
        </mxCell>
        <mxCell id="98nA65LA6JHXpVdgSX9z-23" parent="1" style="swimlane;fontStyle=1;align=center;verticalAlign=top;childLayout=stackLayout;horizontal=1;startSize=26;horizontalStack=0;resizeParent=1;resizeParentMax=0;resizeLast=0;collapsible=1;marginBottom=0;whiteSpace=wrap;html=1;" value="PushState" vertex="1">
          <mxGeometry height="164" width="180" x="-60" y="-60" as="geometry">
            <mxRectangle height="30" width="90" x="412.5" y="163" as="alternateBounds" />
          </mxGeometry>
        </mxCell>
        <mxCell id="98nA65LA6JHXpVdgSX9z-24" parent="98nA65LA6JHXpVdgSX9z-23" style="text;strokeColor=none;fillColor=none;align=left;verticalAlign=top;spacingLeft=4;spacingRight=4;overflow=hidden;rotatable=0;points=[[0,0.5],[1,0.5]];portConstraint=eastwest;whiteSpace=wrap;html=1;" value="- player: PlayerContoller" vertex="1">
          <mxGeometry height="26" width="180" y="26" as="geometry" />
        </mxCell>
        <mxCell id="98nA65LA6JHXpVdgSX9z-25" parent="98nA65LA6JHXpVdgSX9z-23" style="line;strokeWidth=1;fillColor=none;align=left;verticalAlign=middle;spacingTop=-1;spacingLeft=3;spacingRight=3;rotatable=0;labelPosition=right;points=[];portConstraint=eastwest;strokeColor=inherit;" value="" vertex="1">
          <mxGeometry height="8" width="180" y="52" as="geometry" />
        </mxCell>
        <mxCell id="98nA65LA6JHXpVdgSX9z-26" parent="98nA65LA6JHXpVdgSX9z-23" style="text;strokeColor=none;fillColor=none;align=left;verticalAlign=top;spacingLeft=4;spacingRight=4;overflow=hidden;rotatable=0;points=[[0,0.5],[1,0.5]];portConstraint=eastwest;whiteSpace=wrap;html=1;" value="+ PushState(PlayerController)" vertex="1">
          <mxGeometry height="26" width="180" y="60" as="geometry" />
        </mxCell>
        <mxCell id="98nA65LA6JHXpVdgSX9z-27" parent="98nA65LA6JHXpVdgSX9z-23" style="text;strokeColor=none;fillColor=none;align=left;verticalAlign=top;spacingLeft=4;spacingRight=4;overflow=hidden;rotatable=0;points=[[0,0.5],[1,0.5]];portConstraint=eastwest;whiteSpace=wrap;html=1;" value="+ Enter(): void" vertex="1">
          <mxGeometry height="26" width="180" y="86" as="geometry" />
        </mxCell>
        <mxCell id="98nA65LA6JHXpVdgSX9z-28" parent="98nA65LA6JHXpVdgSX9z-23" style="text;strokeColor=none;fillColor=none;align=left;verticalAlign=top;spacingLeft=4;spacingRight=4;overflow=hidden;rotatable=0;points=[[0,0.5],[1,0.5]];portConstraint=eastwest;whiteSpace=wrap;html=1;" value="+ Update(): void" vertex="1">
          <mxGeometry height="26" width="180" y="112" as="geometry" />
        </mxCell>
        <mxCell id="98nA65LA6JHXpVdgSX9z-29" parent="98nA65LA6JHXpVdgSX9z-23" style="text;strokeColor=none;fillColor=none;align=left;verticalAlign=top;spacingLeft=4;spacingRight=4;overflow=hidden;rotatable=0;points=[[0,0.5],[1,0.5]];portConstraint=eastwest;whiteSpace=wrap;html=1;" value="+ Exit(): void" vertex="1">
          <mxGeometry height="26" width="180" y="138" as="geometry" />
        </mxCell>
        <mxCell id="F6Udg1_LDsnUmy90ZGhI-9" edge="1" parent="1" source="L5NkyoWU7cnRC-8idZzs-13" style="edgeStyle=orthogonalEdgeStyle;rounded=0;orthogonalLoop=1;jettySize=auto;html=1;" target="98nA65LA6JHXpVdgSX9z-14">
          <mxGeometry relative="1" as="geometry" />
        </mxCell>
      </root>
    </mxGraphModel>
  </diagram>
</mxfile>
